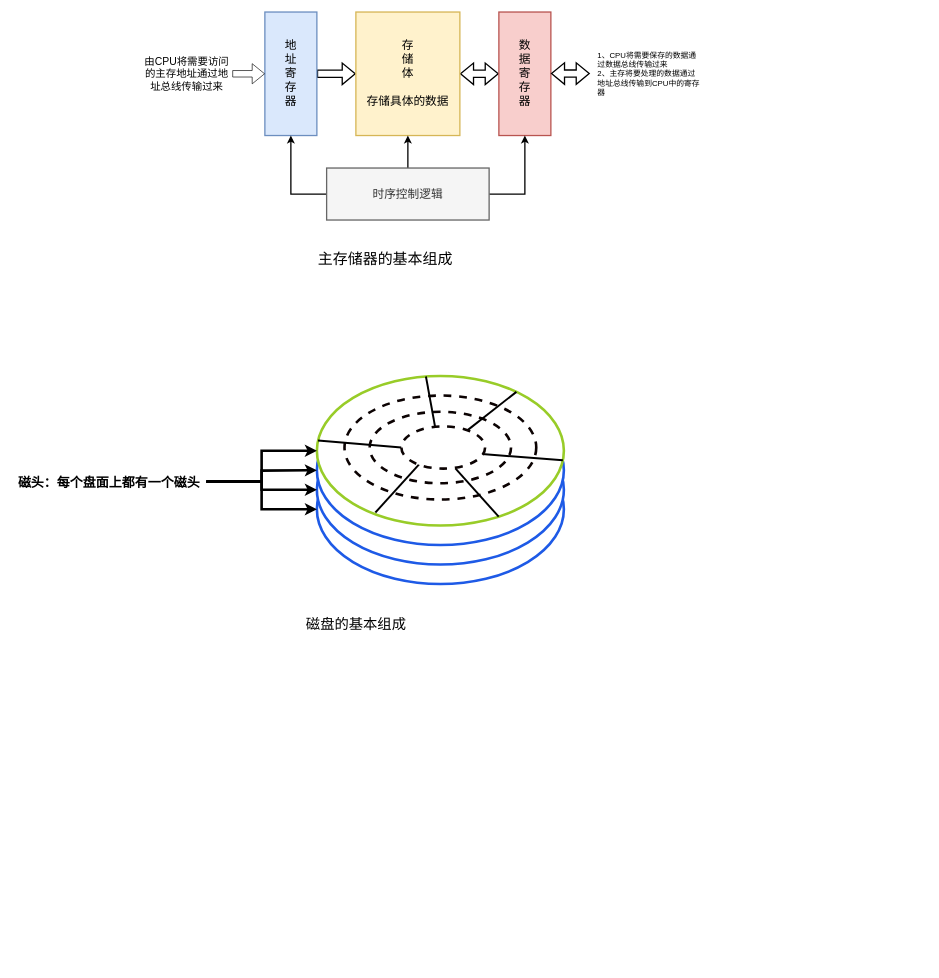
wenxuan-ping/picture keeps this draw.io diagram as 408/计算机组成原理.drawio. Above is the earlier version. Source tidied: cells renumbered, new cells numbered last; positions are measured from the earlier drawing's top-left corner, leaving out a move shared by most shapes. Both pictures are drawn from the tidied source at 65%, with x=0, y=0 at pixel (11, 12).
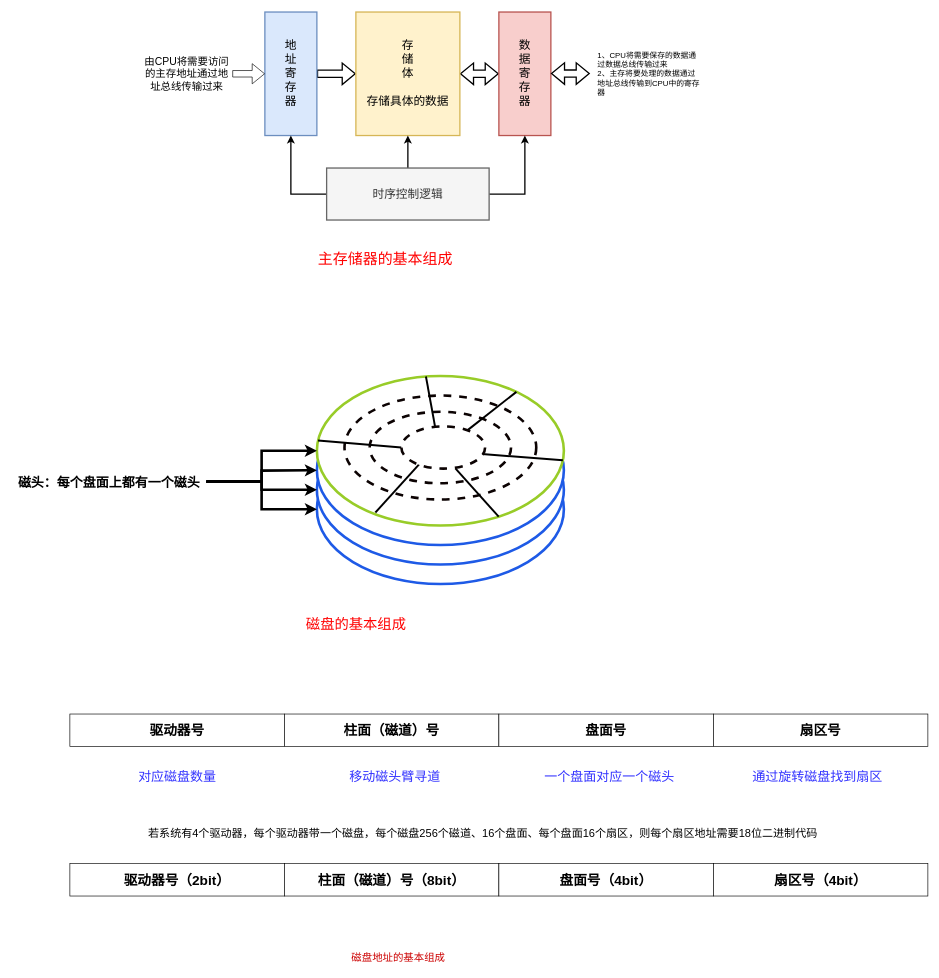
Above is the later version.

Commit message:
磁盘地址的基本组成

The edit, as a diff of the source:
```diff
@@
-    <mxCell id="17" value="&lt;font style=&quot;font-size: 23px;&quot;&gt;主存储器的基本组成&lt;/font&gt;" style="text;html=1;align=center;verticalAlign=middle;strokeColor=none;fillColor=none;" parent="1" vertex="1">
+    <mxCell id="17" value="&lt;font color=&quot;#ff0000&quot; style=&quot;font-size: 23px;&quot;&gt;主存储器的基本组成&lt;/font&gt;" style="text;html=1;align=center;verticalAlign=middle;strokeColor=none;fillColor=none;" parent="1" vertex="1">
       <mxGeometry x="460" y="360" width="230" height="40" as="geometry" />
     </mxCell>
@@
-    <mxCell id="34" value="&lt;font style=&quot;font-size: 22px;&quot;&gt;磁盘的基本组成&lt;/font&gt;" style="text;html=1;align=center;verticalAlign=middle;strokeColor=none;fillColor=none;" parent="1" vertex="1">
+    <mxCell id="34" value="&lt;font color=&quot;#ff0000&quot; style=&quot;font-size: 22px;&quot;&gt;磁盘的基本组成&lt;/font&gt;" style="text;html=1;align=center;verticalAlign=middle;strokeColor=none;fillColor=none;" parent="1" vertex="1">
       <mxGeometry x="440" y="923" width="180" height="40" as="geometry" />
     </mxCell>
+    <mxCell id="35" value="&lt;font size=&quot;1&quot; style=&quot;&quot;&gt;&lt;b style=&quot;font-size: 21px;&quot;&gt;驱动器号&lt;/b&gt;&lt;/font&gt;" style="rounded=0;whiteSpace=wrap;html=1;" parent="1" vertex="1">
+      <mxGeometry x="90" y="1080" width="330" height="50" as="geometry" />
+    </mxCell>
+    <mxCell id="36" value="&lt;span style=&quot;font-size: 21px;&quot;&gt;&lt;b&gt;柱面（磁道）号&lt;/b&gt;&lt;/span&gt;" style="rounded=0;whiteSpace=wrap;html=1;" parent="1" vertex="1">
+      <mxGeometry x="420" y="1080" width="330" height="50" as="geometry" />
+    </mxCell>
+    <mxCell id="37" value="&lt;font size=&quot;1&quot; style=&quot;&quot;&gt;&lt;b style=&quot;font-size: 21px;&quot;&gt;盘面号&lt;/b&gt;&lt;/font&gt;" style="rounded=0;whiteSpace=wrap;html=1;" parent="1" vertex="1">
+      <mxGeometry x="750" y="1080" width="330" height="50" as="geometry" />
+    </mxCell>
+    <mxCell id="38" value="&lt;font size=&quot;1&quot; style=&quot;&quot;&gt;&lt;b style=&quot;font-size: 21px;&quot;&gt;扇区号&lt;/b&gt;&lt;/font&gt;" style="rounded=0;whiteSpace=wrap;html=1;" parent="1" vertex="1">
+      <mxGeometry x="1080" y="1080" width="330" height="50" as="geometry" />
+    </mxCell>
+    <mxCell id="39" value="&lt;font color=&quot;#3333ff&quot; style=&quot;font-size: 20px;&quot;&gt;对应磁盘数量&lt;/font&gt;" style="text;html=1;align=center;verticalAlign=middle;strokeColor=none;fillColor=none;" parent="1" vertex="1">
+      <mxGeometry x="185" y="1155" width="140" height="40" as="geometry" />
+    </mxCell>
+    <mxCell id="40" value="&lt;font color=&quot;#3333ff&quot;&gt;&lt;span style=&quot;font-size: 20px;&quot;&gt;移动磁头臂寻道&lt;/span&gt;&lt;/font&gt;" style="text;html=1;align=center;verticalAlign=middle;strokeColor=none;fillColor=none;" parent="1" vertex="1">
+      <mxGeometry x="510" y="1155" width="160" height="40" as="geometry" />
+    </mxCell>
+    <mxCell id="41" value="&lt;font color=&quot;#3333ff&quot;&gt;&lt;span style=&quot;font-size: 20px;&quot;&gt;一个盘面对应一个磁头&lt;/span&gt;&lt;/font&gt;" style="text;html=1;align=center;verticalAlign=middle;strokeColor=none;fillColor=none;" parent="1" vertex="1">
+      <mxGeometry x="810" y="1155" width="220" height="40" as="geometry" />
+    </mxCell>
+    <mxCell id="42" value="&lt;font color=&quot;#3333ff&quot; style=&quot;font-size: 20px;&quot;&gt;通过旋转磁盘找到扇区&lt;/font&gt;" style="text;html=1;align=center;verticalAlign=middle;strokeColor=none;fillColor=none;" parent="1" vertex="1">
+      <mxGeometry x="1130" y="1155" width="220" height="40" as="geometry" />
+    </mxCell>
+    <mxCell id="43" value="&lt;font style=&quot;font-size: 17px;&quot;&gt;若系统有4个驱动器，每个驱动器带一个磁盘，每个磁盘256个磁道、16个盘面、每个盘面16个扇区，则每个扇区地址需要18位二进制代码&lt;/font&gt;" style="text;html=1;align=center;verticalAlign=middle;strokeColor=none;fillColor=none;" parent="1" vertex="1">
+      <mxGeometry x="200" y="1250" width="1050" height="30" as="geometry" />
+    </mxCell>
+    <mxCell id="44" value="&lt;font size=&quot;1&quot; style=&quot;&quot;&gt;&lt;b style=&quot;font-size: 21px;&quot;&gt;驱动器号（2bit）&lt;/b&gt;&lt;/font&gt;" style="rounded=0;whiteSpace=wrap;html=1;" parent="1" vertex="1">
+      <mxGeometry x="90" y="1310" width="330" height="50" as="geometry" />
+    </mxCell>
+    <mxCell id="45" value="&lt;span style=&quot;font-size: 21px;&quot;&gt;&lt;b&gt;柱面（磁道）号&lt;/b&gt;&lt;/span&gt;&lt;b style=&quot;font-size: 21px;&quot;&gt;（8bit）&lt;/b&gt;" style="rounded=0;whiteSpace=wrap;html=1;" parent="1" vertex="1">
+      <mxGeometry x="420" y="1310" width="330" height="50" as="geometry" />
+    </mxCell>
+    <mxCell id="46" value="&lt;font size=&quot;1&quot; style=&quot;&quot;&gt;&lt;b style=&quot;font-size: 21px;&quot;&gt;盘面号&lt;/b&gt;&lt;/font&gt;&lt;b style=&quot;font-size: 21px;&quot;&gt;（4bit）&lt;/b&gt;" style="rounded=0;whiteSpace=wrap;html=1;" parent="1" vertex="1">
+      <mxGeometry x="750" y="1310" width="330" height="50" as="geometry" />
+    </mxCell>
+    <mxCell id="47" value="&lt;font size=&quot;1&quot; style=&quot;&quot;&gt;&lt;b style=&quot;font-size: 21px;&quot;&gt;扇区号&lt;/b&gt;&lt;/font&gt;&lt;b style=&quot;font-size: 21px;&quot;&gt;（4bit）&lt;/b&gt;" style="rounded=0;whiteSpace=wrap;html=1;" parent="1" vertex="1">
+      <mxGeometry x="1080" y="1310" width="330" height="50" as="geometry" />
+    </mxCell>
+    <mxCell id="48" value="&lt;font color=&quot;#cc0000&quot; style=&quot;font-size: 16px;&quot;&gt;磁盘地址的基本组成&lt;/font&gt;" style="text;html=1;align=center;verticalAlign=middle;strokeColor=none;fillColor=none;" parent="1" vertex="1">
+      <mxGeometry x="510" y="1440" width="170" height="30" as="geometry" />
+    </mxCell>
```
